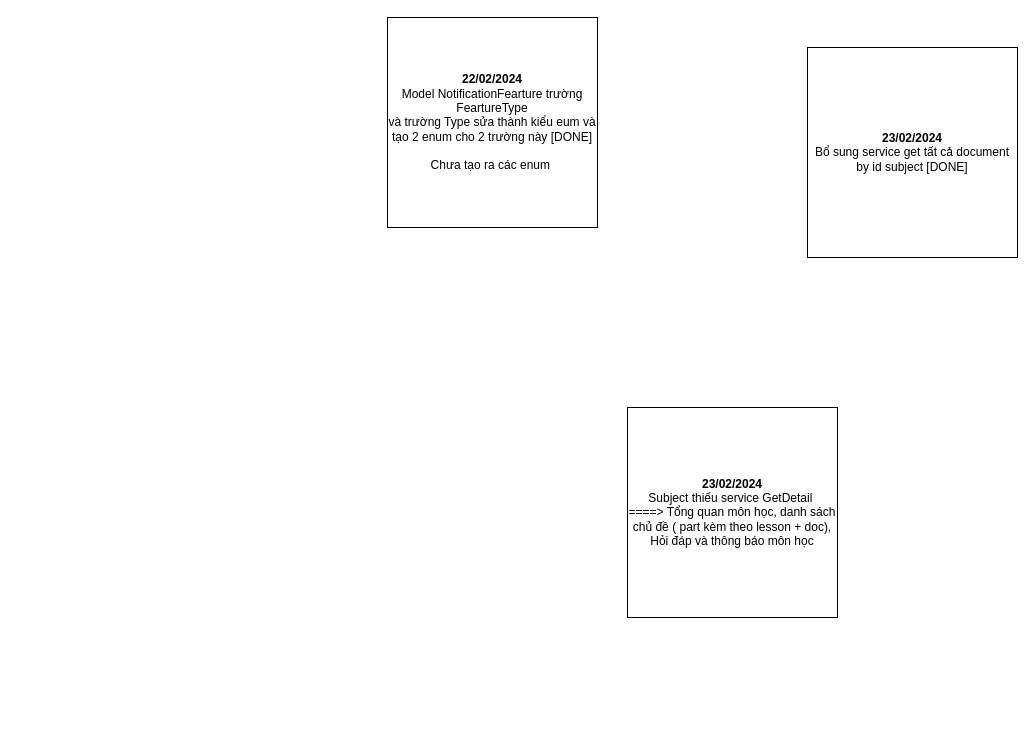
Before: page "Note" (3 of 3) of Internship_BACKEND_2024_02_02.01.2024_LamSamChan_LMS - Elibrary_Diagram.drawio in LamSamChan/LMS_ELibrary_BE_Intern_Alta, a draw.io diagram. Source tidied: cells renumbered, new cells numbered last; positions are measured from the earlier drawing's top-left corner, leaving out a move shared by most shapes. Both pictures are drawn from the tidied source at 100%, with x=0, y=0 at pixel (387, 17).
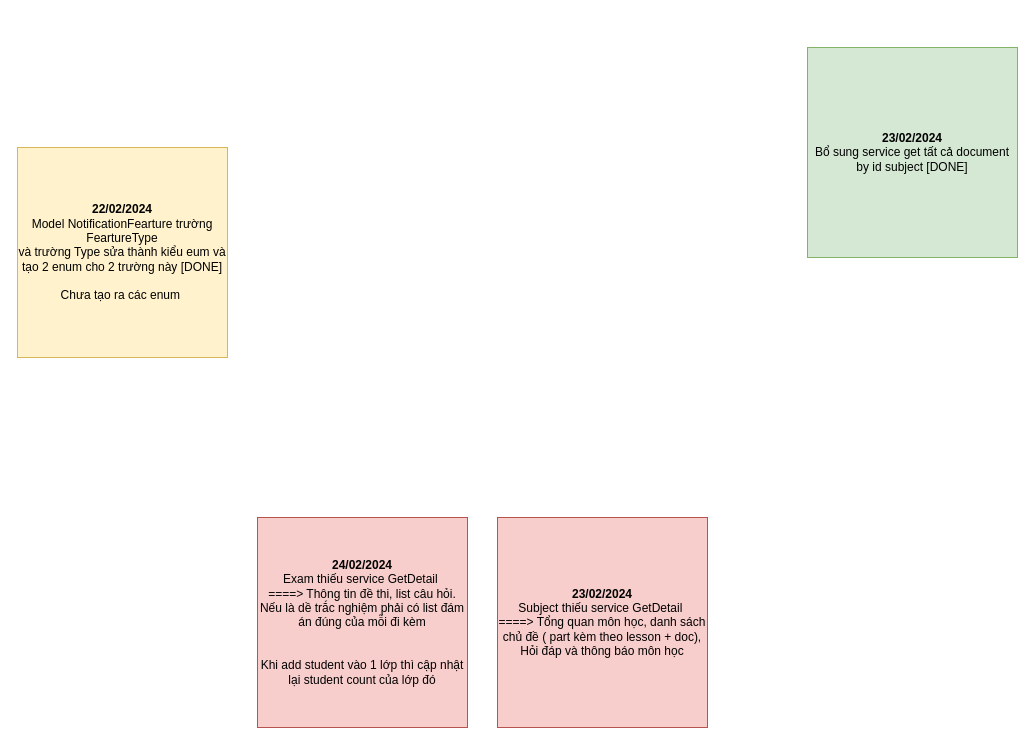
Above is the later version.

Diff of the diagram source:
```diff
@@
 <mxGraphModel>
   <root>
     <mxCell id="0" />
     <mxCell id="1" parent="0" />
-    <mxCell id="2" value="&lt;b&gt;22/02/2024&lt;br&gt;&lt;/b&gt;Model NotificationFearture trường FeartureType&lt;br&gt;và trường Type sửa thành kiểu eum và tạo 2 enum cho 2 trường này [DONE]&lt;br&gt;&lt;br&gt;Chưa tạo ra các enum&amp;nbsp;" style="whiteSpace=wrap;html=1;" parent="1" vertex="1">
-      <mxGeometry width="210" height="210" as="geometry" />
+    <mxCell id="2" value="&lt;b&gt;22/02/2024&lt;br&gt;&lt;/b&gt;Model NotificationFearture trường FeartureType&lt;br&gt;và trường Type sửa thành kiểu eum và tạo 2 enum cho 2 trường này [DONE]&lt;br&gt;&lt;br&gt;Chưa tạo ra các enum&amp;nbsp;" style="whiteSpace=wrap;html=1;fillColor=#fff2cc;strokeColor=#d6b656;" parent="1" vertex="1">
+      <mxGeometry x="-370" y="130" width="210" height="210" as="geometry" />
     </mxCell>
-    <mxCell id="3" value="&lt;b&gt;23/02/2024&lt;br&gt;&lt;/b&gt;Bổ sung service get tất cả document by id subject [DONE]" style="whiteSpace=wrap;html=1;" parent="1" vertex="1">
+    <mxCell id="3" value="&lt;b&gt;23/02/2024&lt;br&gt;&lt;/b&gt;Bổ sung service get tất cả document by id subject [DONE]" style="whiteSpace=wrap;html=1;fillColor=#d5e8d4;strokeColor=#82b366;" parent="1" vertex="1">
       <mxGeometry x="420" y="30" width="210" height="210" as="geometry" />
     </mxCell>
-    <mxCell id="4" value="&lt;b&gt;23/02/2024&lt;br&gt;&lt;/b&gt;Subject thiếu service GetDetail&amp;nbsp;&lt;br&gt;====&amp;gt; Tổng quan môn học, danh sách chủ đề ( part kèm theo lesson + doc), Hỏi đáp và thông báo môn học" style="whiteSpace=wrap;html=1;" parent="1" vertex="1">
-      <mxGeometry x="240" y="390" width="210" height="210" as="geometry" />
+    <mxCell id="4" value="&lt;b&gt;23/02/2024&lt;br&gt;&lt;/b&gt;Subject thiếu service GetDetail&amp;nbsp;&lt;br&gt;====&amp;gt; Tổng quan môn học, danh sách chủ đề ( part kèm theo lesson + doc), Hỏi đáp và thông báo môn học" style="whiteSpace=wrap;html=1;fillColor=#f8cecc;strokeColor=#b85450;" parent="1" vertex="1">
+      <mxGeometry x="110" y="500" width="210" height="210" as="geometry" />
     </mxCell>
+    <mxCell id="5" value="&lt;b&gt;24/02/2024&lt;br&gt;&lt;/b&gt;Exam thiếu service GetDetail&amp;nbsp;&lt;br&gt;====&amp;gt; Thông tin đề thi, list câu hỏi. Nếu là dề trắc nghiệm phải có list đám án đúng của mỗi đi kèm&lt;br&gt;&lt;br&gt;&lt;br&gt;Khi add student vào 1 lớp thì cập nhật lại student count của lớp đó" style="whiteSpace=wrap;html=1;fillColor=#f8cecc;strokeColor=#b85450;" parent="1" vertex="1">
+      <mxGeometry x="-130" y="500" width="210" height="210" as="geometry" />
+    </mxCell>
   </root>
 </mxGraphModel>
```
